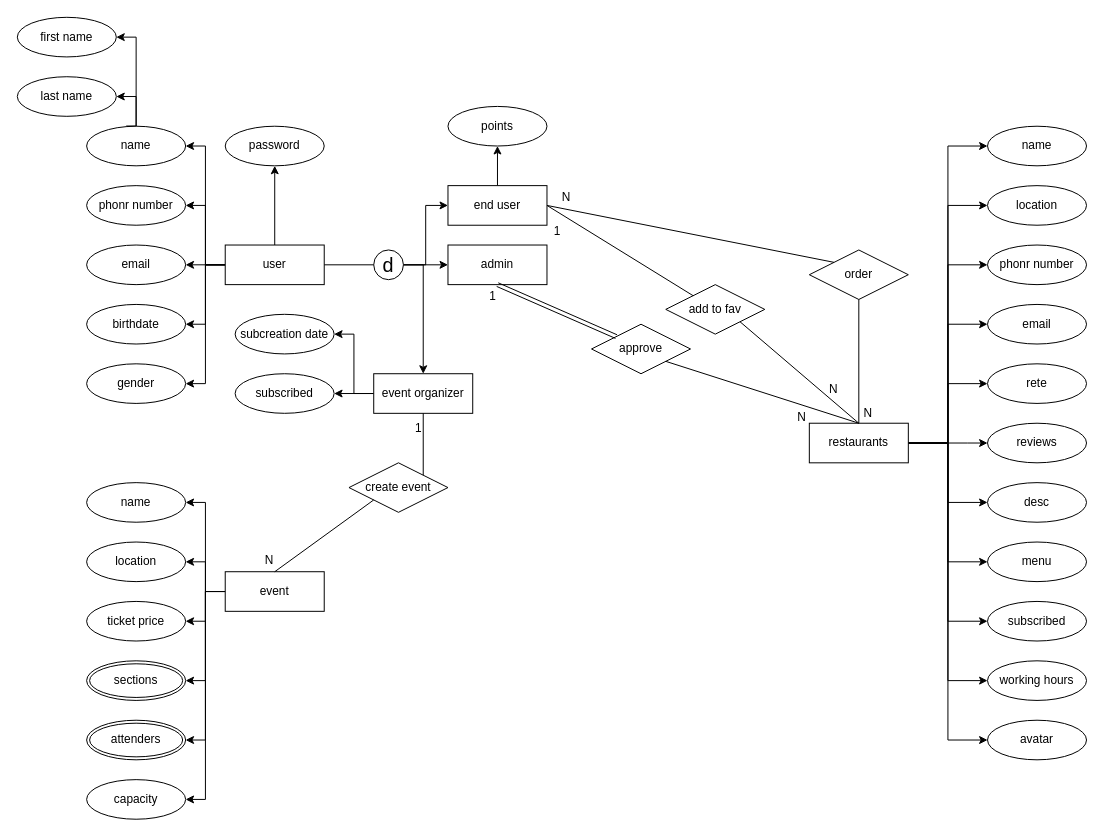
Above: page "EERD" (1 of 3) of docs/EcoSphere.drawio in hebaehab001/EcoSphere (draw.io), before the change. Source tidied: cells renumbered, new cells numbered last; positions are measured from the earlier drawing's top-left corner, leaving out a move shared by most shapes. Both pictures are drawn from the tidied source at 99%, with x=0, y=0 at pixel (17, 17).
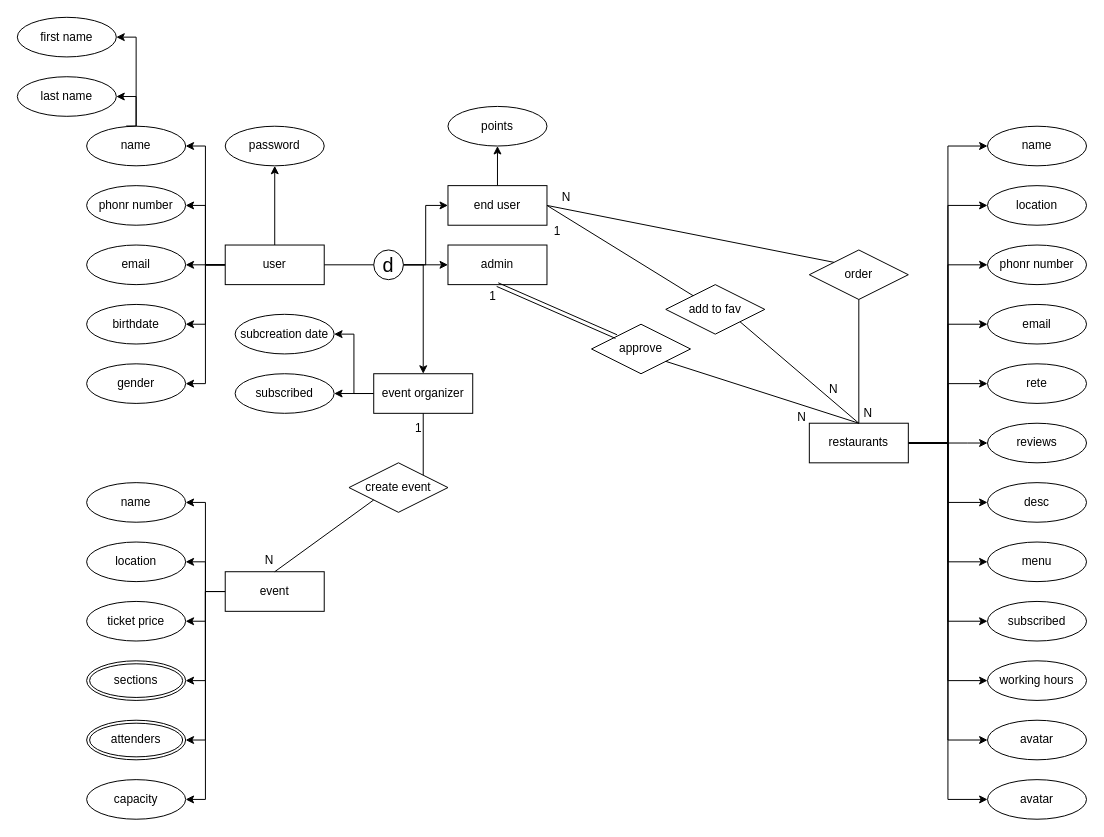
The same page after the edit.

Unchanged cells that the change refers to:
```xml
<mxCell id="14" value="restaurants" style="whiteSpace=wrap;html=1;align=center;" parent="1" vertex="1">
  <mxGeometry x="800" y="410" width="100" height="40" as="geometry" />
</mxCell>
```

What changed in the source:
```diff
@@
+    <mxCell id="90" style="edgeStyle=orthogonalEdgeStyle;rounded=0;jettySize=auto;html=1;entryX=0;entryY=0.5;entryDx=0;entryDy=0;" parent="1" edge="1" source="14" target="91">
+      <mxGeometry relative="1" as="geometry" />
+    </mxCell>
@@
+    <mxCell id="91" value="avatar" style="ellipse;whiteSpace=wrap;html=1;align=center;" parent="1" vertex="1">
+      <mxGeometry x="980" y="770" width="100" height="40" as="geometry" />
+    </mxCell>
```
